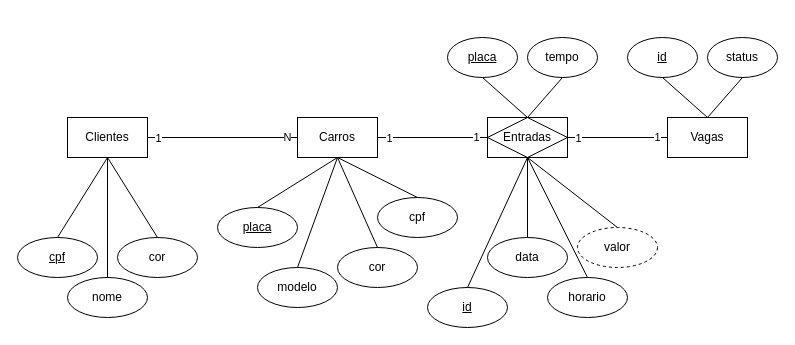
This is docs/estacionamento.drawio from c-alvares/Estacionamento, a draw.io file, before an edit. Source tidied: cells renumbered, new cells numbered last; positions are measured from the earlier drawing's top-left corner, leaving out a move shared by most shapes. Both pictures are drawn from the tidied source at 100%, with x=0, y=0 at pixel (17, 37).
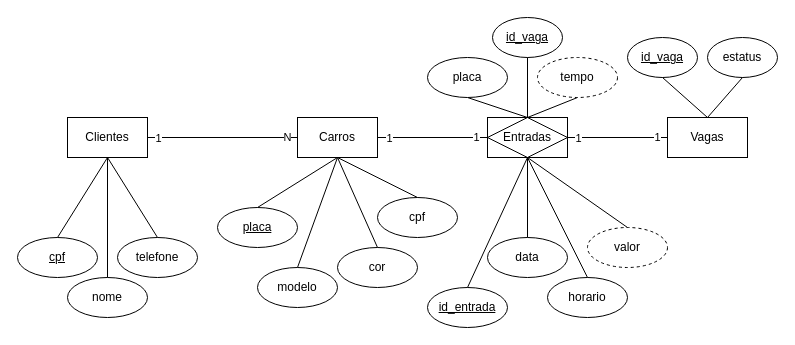
After the change.

Commit message (it also covers changes not shown here):
DDL finalizado

What changed in the source:
```diff
@@
-    <mxCell id="15" value="cor" style="ellipse;whiteSpace=wrap;html=1;align=center;" parent="1" vertex="1">
+    <mxCell id="15" value="telefone" style="ellipse;whiteSpace=wrap;html=1;align=center;" parent="1" vertex="1">
       <mxGeometry x="100" y="200" width="80" height="40" as="geometry" />
     </mxCell>
@@
-    <mxCell id="21" value="status" style="ellipse;whiteSpace=wrap;html=1;align=center;" parent="1" vertex="1">
+    <mxCell id="21" value="estatus" style="ellipse;whiteSpace=wrap;html=1;align=center;" parent="1" vertex="1">
       <mxGeometry x="690" width="70" height="40" as="geometry" />
     </mxCell>
-    <mxCell id="22" value="id" style="ellipse;whiteSpace=wrap;html=1;align=center;fontStyle=4;" parent="1" vertex="1">
+    <mxCell id="22" value="id_vaga" style="ellipse;whiteSpace=wrap;html=1;align=center;fontStyle=4;" parent="1" vertex="1">
       <mxGeometry x="610" width="70" height="40" as="geometry" />
     </mxCell>
@@
-    <mxCell id="26" value="tempo" style="ellipse;whiteSpace=wrap;html=1;align=center;" parent="1" vertex="1">
-      <mxGeometry x="510" width="70" height="40" as="geometry" />
-    </mxCell>
-    <mxCell id="27" value="placa" style="ellipse;whiteSpace=wrap;html=1;align=center;fontStyle=4;" parent="1" vertex="1">
-      <mxGeometry x="430" width="70" height="40" as="geometry" />
-    </mxCell>
@@
-    <mxCell id="31" value="id" style="ellipse;whiteSpace=wrap;html=1;align=center;fontStyle=4;" parent="1" vertex="1">
+    <mxCell id="31" value="id_entrada" style="ellipse;whiteSpace=wrap;html=1;align=center;fontStyle=4;" parent="1" vertex="1">
       <mxGeometry x="410" y="250" width="80" height="40" as="geometry" />
     </mxCell>
@@
     <mxCell id="36" value="valor" style="ellipse;whiteSpace=wrap;html=1;align=center;dashed=1;" parent="1" vertex="1">
-      <mxGeometry x="560" y="190" width="80" height="40" as="geometry" />
+      <mxGeometry x="570" y="190" width="80" height="40" as="geometry" />
     </mxCell>
@@
+    <mxCell id="26" value="tempo" style="ellipse;whiteSpace=wrap;html=1;align=center;dashed=1;" parent="1" vertex="1">
+      <mxGeometry x="520" y="20" width="80" height="40" as="geometry" />
+    </mxCell>
+    <mxCell id="27" value="placa" style="ellipse;whiteSpace=wrap;html=1;align=center;" parent="1" vertex="1">
+      <mxGeometry x="410" y="20" width="80" height="40" as="geometry" />
+    </mxCell>
+    <mxCell id="42" value="id_vaga" style="ellipse;whiteSpace=wrap;html=1;align=center;fontStyle=4;" parent="1" vertex="1">
+      <mxGeometry x="475" y="-20" width="70" height="40" as="geometry" />
+    </mxCell>
+    <mxCell id="43" style="endArrow=none;html=1;rounded=0;exitX=0.5;exitY=1;exitDx=0;exitDy=0;" parent="1" edge="1" source="42">
+      <mxGeometry relative="1" as="geometry">
+        <mxPoint x="510" y="80" as="targetPoint" />
+      </mxGeometry>
+    </mxCell>
```
